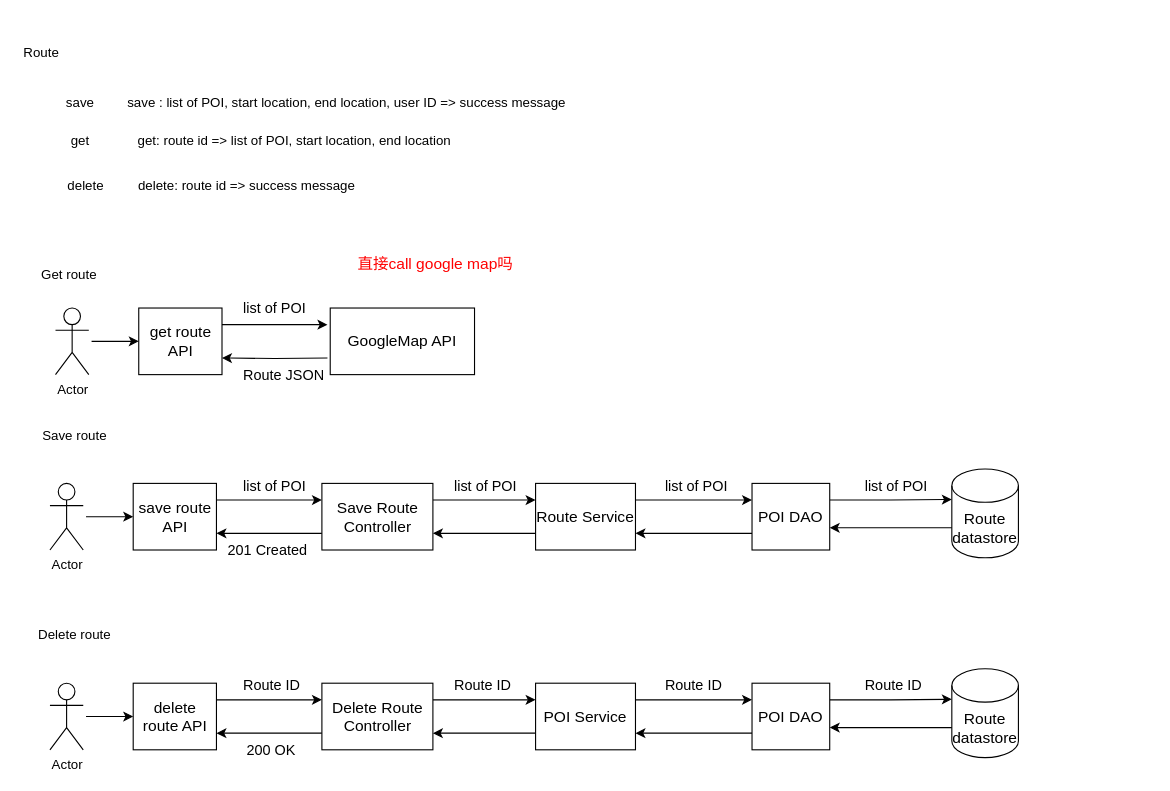
Above: page "Route Service" (5 of 6) of Designdiagram/SystemOverview.drawio in laifukun/FLAGCamp-Design (draw.io), before the change. Source tidied: cells renumbered, new cells numbered last; positions are measured from the earlier drawing's top-left corner, leaving out a move shared by most shapes. Both pictures are drawn from the tidied source at 111%, with x=0, y=0 at pixel (19, 41).
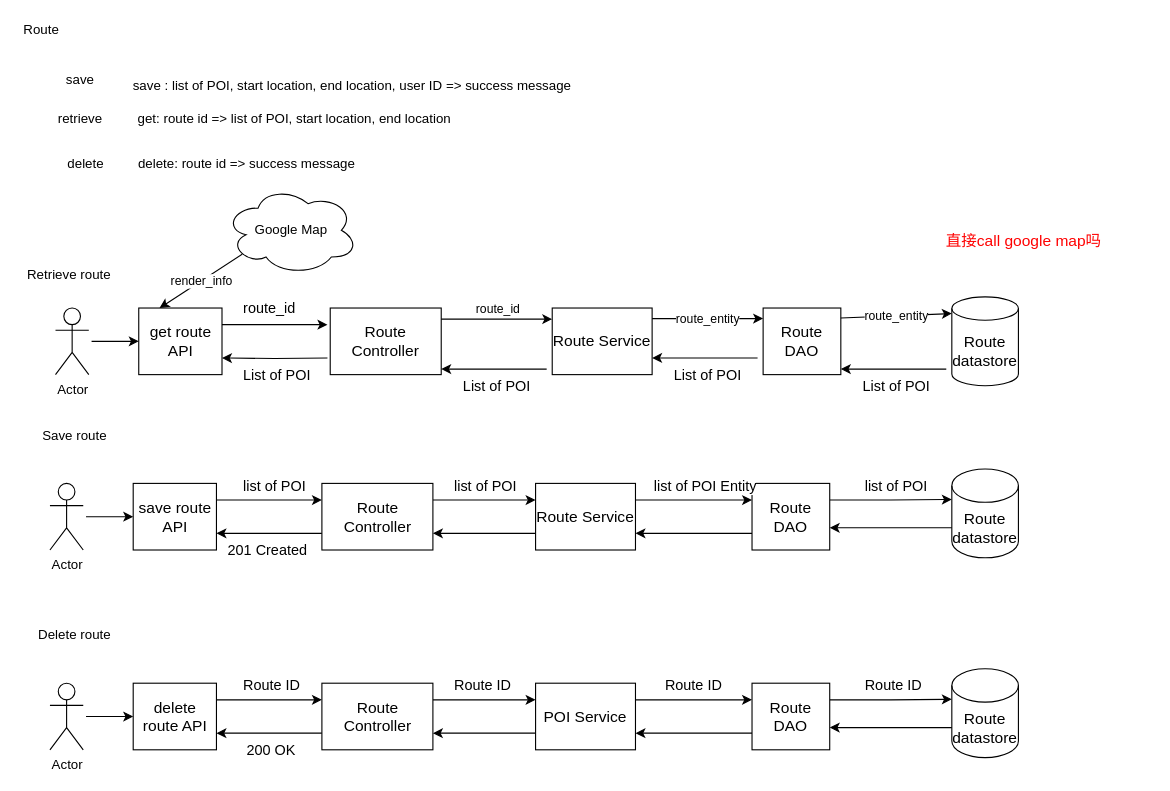
After the change.

Unchanged cells that the change refers to:
```xml
<mxCell id="11" value="get route API" style="rounded=0;whiteSpace=wrap;html=1;fontSize=14;" parent="1" vertex="1">
  <mxGeometry x="107.5" y="240" width="75" height="60" as="geometry" />
</mxCell>
```

The edit, as a diff of the source:
```diff
@@
     <mxCell id="2" value="Route" style="text;html=1;strokeColor=none;fillColor=none;align=center;verticalAlign=middle;whiteSpace=wrap;rounded=0;" parent="1" vertex="1">
-      <mxGeometry width="40" height="20" as="geometry" />
+      <mxGeometry y="-20" width="40" height="20" as="geometry" />
     </mxCell>
     <mxCell id="3" value="save" style="text;html=1;strokeColor=none;fillColor=none;align=center;verticalAlign=middle;whiteSpace=wrap;rounded=0;" parent="1" vertex="1">
-      <mxGeometry x="35" y="40" width="40" height="30" as="geometry" />
+      <mxGeometry x="35" y="20" width="40" height="30" as="geometry" />
     </mxCell>
     <mxCell id="4" value="save : list of POI, start location, end location, user ID =&amp;gt; success message" style="text;html=1;strokeColor=none;fillColor=none;align=center;verticalAlign=middle;whiteSpace=wrap;rounded=0;" parent="1" vertex="1">
-      <mxGeometry x="95" y="45" width="400" height="20" as="geometry" />
+      <mxGeometry x="100" y="30" width="400" height="20" as="geometry" />
     </mxCell>
-    <mxCell id="5" value="get" style="text;html=1;strokeColor=none;fillColor=none;align=center;verticalAlign=middle;whiteSpace=wrap;rounded=0;" parent="1" vertex="1">
-      <mxGeometry x="35" y="80" width="40" height="20" as="geometry" />
+    <mxCell id="5" value="retrieve" style="text;html=1;strokeColor=none;fillColor=none;align=center;verticalAlign=middle;whiteSpace=wrap;rounded=0;" parent="1" vertex="1">
+      <mxGeometry x="35" y="60" width="40" height="20" as="geometry" />
     </mxCell>
     <mxCell id="6" value="get: route id =&amp;gt; list of POI, start location, end location" style="text;html=1;strokeColor=none;fillColor=none;align=center;verticalAlign=middle;whiteSpace=wrap;rounded=0;" parent="1" vertex="1">
-      <mxGeometry x="102.5" y="80" width="290" height="20" as="geometry" />
+      <mxGeometry x="102.5" y="60" width="290" height="20" as="geometry" />
     </mxCell>
     <mxCell id="7" value="delete" style="text;html=1;strokeColor=none;fillColor=none;align=center;verticalAlign=middle;whiteSpace=wrap;rounded=0;" parent="1" vertex="1">
-      <mxGeometry x="40" y="120" width="40" height="20" as="geometry" />
+      <mxGeometry x="40" y="100" width="40" height="20" as="geometry" />
     </mxCell>
     <mxCell id="8" value="delete: route id =&amp;gt; success message" style="text;html=1;strokeColor=none;fillColor=none;align=center;verticalAlign=middle;whiteSpace=wrap;rounded=0;" parent="1" vertex="1">
-      <mxGeometry x="105" y="120" width="200" height="20" as="geometry" />
+      <mxGeometry x="105" y="100" width="200" height="20" as="geometry" />
     </mxCell>
@@
-    <mxCell id="14" value="Get route" style="text;html=1;strokeColor=none;fillColor=none;align=center;verticalAlign=middle;whiteSpace=wrap;rounded=0;" parent="1" vertex="1">
+    <mxCell id="14" value="Retrieve route" style="text;html=1;strokeColor=none;fillColor=none;align=center;verticalAlign=middle;whiteSpace=wrap;rounded=0;" parent="1" vertex="1">
       <mxGeometry y="200" width="90" height="20" as="geometry" />
     </mxCell>
-    <mxCell id="15" value="GoogleMap API" style="rounded=0;whiteSpace=wrap;html=1;fontSize=14;" parent="1" vertex="1">
-      <mxGeometry x="280" y="240" width="130" height="60" as="geometry" />
+    <mxCell id="15" value="Route Controller" style="rounded=0;whiteSpace=wrap;html=1;fontSize=14;" parent="1" vertex="1">
+      <mxGeometry x="280" y="240" width="100" height="60" as="geometry" />
     </mxCell>
-    <mxCell id="16" value="Route JSON" style="edgeLabel;html=1;align=left;verticalAlign=bottom;fontSize=13;" parent="1" vertex="1">
+    <mxCell id="16" value="List of POI" style="edgeLabel;html=1;align=left;verticalAlign=bottom;fontSize=13;" parent="1" vertex="1">
       <mxGeometry x="200" y="310" as="geometry" />
     </mxCell>
     <mxCell id="17" value="直接call google map吗" style="text;html=1;strokeColor=none;fillColor=none;align=center;verticalAlign=middle;whiteSpace=wrap;rounded=0;fontSize=14;fontColor=#FF0000;" parent="1" vertex="1">
-      <mxGeometry x="260" y="190" width="230" height="20" as="geometry" />
+      <mxGeometry x="790" y="170" width="230" height="20" as="geometry" />
     </mxCell>
-    <mxCell id="18" value="list of POI" style="edgeLabel;html=1;align=left;verticalAlign=bottom;fontSize=13;" parent="1" vertex="1">
+    <mxCell id="18" value="route_id" style="edgeLabel;html=1;align=left;verticalAlign=bottom;fontSize=13;" parent="1" vertex="1">
       <mxGeometry x="200" y="250" as="geometry" />
     </mxCell>
@@
-    <mxCell id="25" value="Save Route Controller" style="rounded=0;whiteSpace=wrap;html=1;fontSize=14;" parent="1" vertex="1">
+    <mxCell id="25" value="Route Controller" style="rounded=0;whiteSpace=wrap;html=1;fontSize=14;" parent="1" vertex="1">
       <mxGeometry x="272.5" y="398" width="100" height="60" as="geometry" />
     </mxCell>
@@
-    <mxCell id="30" value="POI DAO" style="rounded=0;whiteSpace=wrap;html=1;fontSize=14;" parent="1" vertex="1">
+    <mxCell id="30" value="Route DAO" style="rounded=0;whiteSpace=wrap;html=1;fontSize=14;" parent="1" vertex="1">
       <mxGeometry x="660" y="398" width="70" height="60" as="geometry" />
     </mxCell>
@@
-    <mxCell id="37" value="list of POI" style="edgeLabel;html=1;align=left;verticalAlign=bottom;fontSize=13;" parent="1" vertex="1">
-      <mxGeometry x="580" y="410" as="geometry" />
+    <mxCell id="37" value="list of POI Entity" style="edgeLabel;html=1;align=left;verticalAlign=bottom;fontSize=13;" parent="1" vertex="1">
+      <mxGeometry x="570" y="410" as="geometry" />
     </mxCell>
@@
-    <mxCell id="46" value="Delete Route Controller" style="rounded=0;whiteSpace=wrap;html=1;fontSize=14;" parent="1" vertex="1">
+    <mxCell id="46" value="Route Controller" style="rounded=0;whiteSpace=wrap;html=1;fontSize=14;" parent="1" vertex="1">
       <mxGeometry x="272.5" y="578" width="100" height="60" as="geometry" />
     </mxCell>
@@
-    <mxCell id="51" value="POI DAO" style="rounded=0;whiteSpace=wrap;html=1;fontSize=14;" parent="1" vertex="1">
+    <mxCell id="51" value="Route DAO" style="rounded=0;whiteSpace=wrap;html=1;fontSize=14;" parent="1" vertex="1">
       <mxGeometry x="660" y="578" width="70" height="60" as="geometry" />
     </mxCell>
@@
+    <mxCell id="61" value="Route Service" style="rounded=0;whiteSpace=wrap;html=1;fontSize=14;" parent="1" vertex="1">
+      <mxGeometry x="480" y="240" width="90" height="60" as="geometry" />
+    </mxCell>
+    <mxCell id="62" style="endArrow=classic;html=1;" parent="1" edge="1">
+      <mxGeometry relative="1" as="geometry">
+        <mxPoint x="380" y="250" as="sourcePoint" />
+        <mxPoint x="480" y="250" as="targetPoint" />
+      </mxGeometry>
+    </mxCell>
+    <mxCell id="63" value="route_id" style="edgeLabel;html=1;align=center;verticalAlign=middle;" parent="62" vertex="1">
+      <mxGeometry x="-0.2" y="-3" relative="1" as="geometry">
+        <mxPoint x="10" y="-13" as="offset" />
+      </mxGeometry>
+    </mxCell>
+    <mxCell id="64" value="Route DAO" style="rounded=0;whiteSpace=wrap;html=1;fontSize=14;" parent="1" vertex="1">
+      <mxGeometry x="670" y="240" width="70" height="60" as="geometry" />
+    </mxCell>
+    <mxCell id="65" value="route_entity" style="endArrow=classic;html=1;" parent="1" edge="1">
+      <mxGeometry relative="1" as="geometry">
+        <mxPoint x="570" y="249.5" as="sourcePoint" />
+        <mxPoint x="670" y="249.5" as="targetPoint" />
+      </mxGeometry>
+    </mxCell>
+    <mxCell id="66" value="Route&lt;br&gt;datastore" style="shape=cylinder3;whiteSpace=wrap;html=1;boundedLbl=1;backgroundOutline=1;size=10.5;fontSize=14;" parent="1" vertex="1">
+      <mxGeometry x="840" y="230" width="60" height="80" as="geometry" />
+    </mxCell>
+    <mxCell id="67" value="route_entity" style="endArrow=classic;html=1;entryX=0;entryY=0;entryDx=0;entryDy=15;entryPerimeter=0;" parent="1" edge="1" target="66">
+      <mxGeometry relative="1" as="geometry">
+        <mxPoint x="740" y="249" as="sourcePoint" />
+      </mxGeometry>
+    </mxCell>
+    <mxCell id="68" style="edgeStyle=orthogonalEdgeStyle;rounded=0;orthogonalLoop=1;jettySize=auto;html=1;exitX=0;exitY=0.75;exitDx=0;exitDy=0;entryX=1;entryY=0.75;entryDx=0;entryDy=0;" parent="1" edge="1">
+      <mxGeometry relative="1" as="geometry">
+        <mxPoint x="475" y="295" as="sourcePoint" />
+        <mxPoint x="380" y="295" as="targetPoint" />
+      </mxGeometry>
+    </mxCell>
+    <mxCell id="69" value="List of POI" style="edgeLabel;html=1;align=left;verticalAlign=bottom;fontSize=13;" parent="1" vertex="1">
+      <mxGeometry x="397.5" y="320" as="geometry" />
+    </mxCell>
+    <mxCell id="70" style="edgeStyle=orthogonalEdgeStyle;rounded=0;orthogonalLoop=1;jettySize=auto;html=1;exitX=0;exitY=0.75;exitDx=0;exitDy=0;entryX=1;entryY=0.75;entryDx=0;entryDy=0;" parent="1" edge="1">
+      <mxGeometry relative="1" as="geometry">
+        <mxPoint x="665" y="285" as="sourcePoint" />
+        <mxPoint x="570" y="285" as="targetPoint" />
+      </mxGeometry>
+    </mxCell>
+    <mxCell id="71" value="List of POI" style="edgeLabel;html=1;align=left;verticalAlign=bottom;fontSize=13;" parent="1" vertex="1">
+      <mxGeometry x="587.5" y="310" as="geometry" />
+    </mxCell>
+    <mxCell id="72" style="edgeStyle=orthogonalEdgeStyle;rounded=0;orthogonalLoop=1;jettySize=auto;html=1;exitX=0;exitY=0.75;exitDx=0;exitDy=0;entryX=1;entryY=0.75;entryDx=0;entryDy=0;" parent="1" edge="1">
+      <mxGeometry relative="1" as="geometry">
+        <mxPoint x="835" y="295" as="sourcePoint" />
+        <mxPoint x="740" y="295" as="targetPoint" />
+      </mxGeometry>
+    </mxCell>
+    <mxCell id="73" value="List of POI" style="edgeLabel;html=1;align=left;verticalAlign=bottom;fontSize=13;" parent="1" vertex="1">
+      <mxGeometry x="757.5" y="320" as="geometry" />
+    </mxCell>
+    <mxCell id="74" value="Google Map" style="ellipse;shape=cloud;whiteSpace=wrap;html=1;" parent="1" vertex="1">
+      <mxGeometry x="185" y="130" width="120" height="80" as="geometry" />
+    </mxCell>
+    <mxCell id="75" value="render_info" style="endArrow=classic;html=1;exitX=0.13;exitY=0.77;exitDx=0;exitDy=0;exitPerimeter=0;entryX=0.25;entryY=0;entryDx=0;entryDy=0;" parent="1" edge="1" source="74" target="11">
+      <mxGeometry relative="1" as="geometry" />
+    </mxCell>
```
